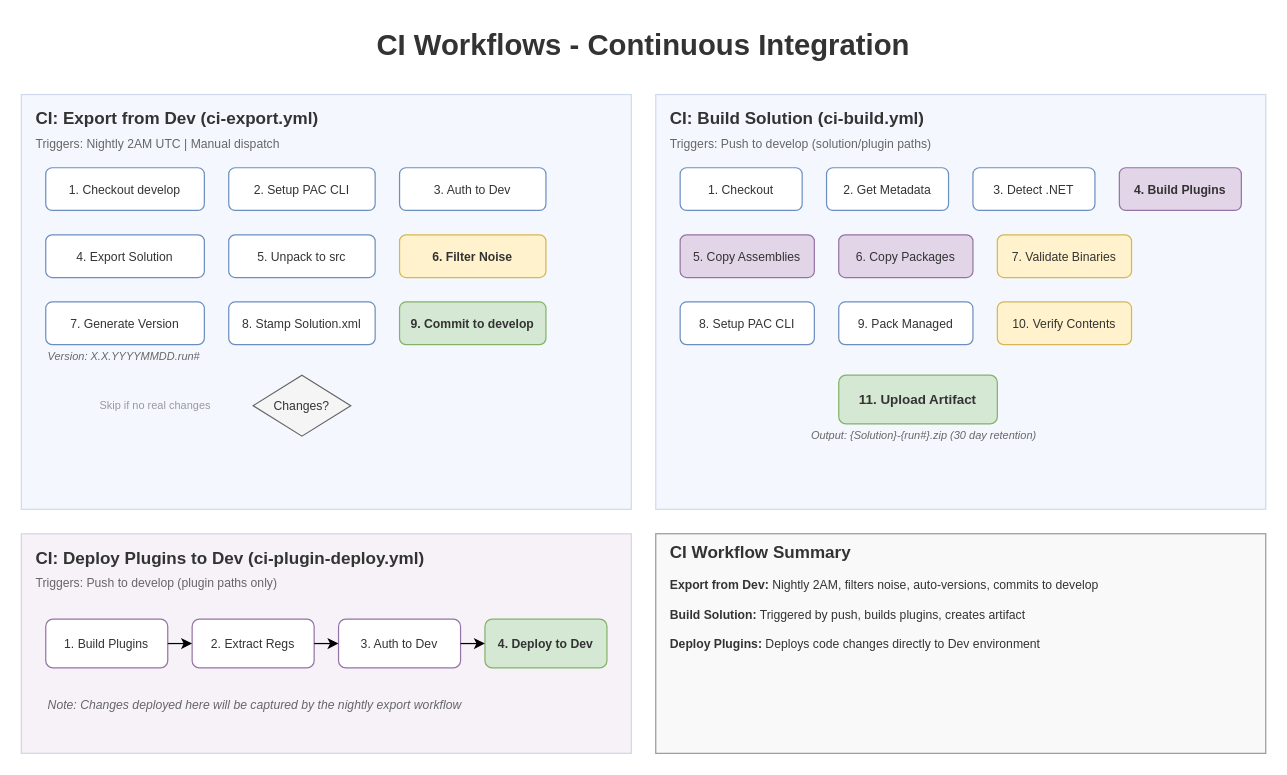
joshsmithxrm/ppds-demo keeps this draw.io diagram as page "CI Workflows" (2 of 5) of docs/ALM.drawio. Above is the earlier version. Source tidied: cells renumbered, new cells numbered last; positions are measured from the earlier drawing's top-left corner, leaving out a move shared by most shapes. Both pictures are drawn from the tidied source at 122%, with x=0, y=0 at pixel (21, 21).
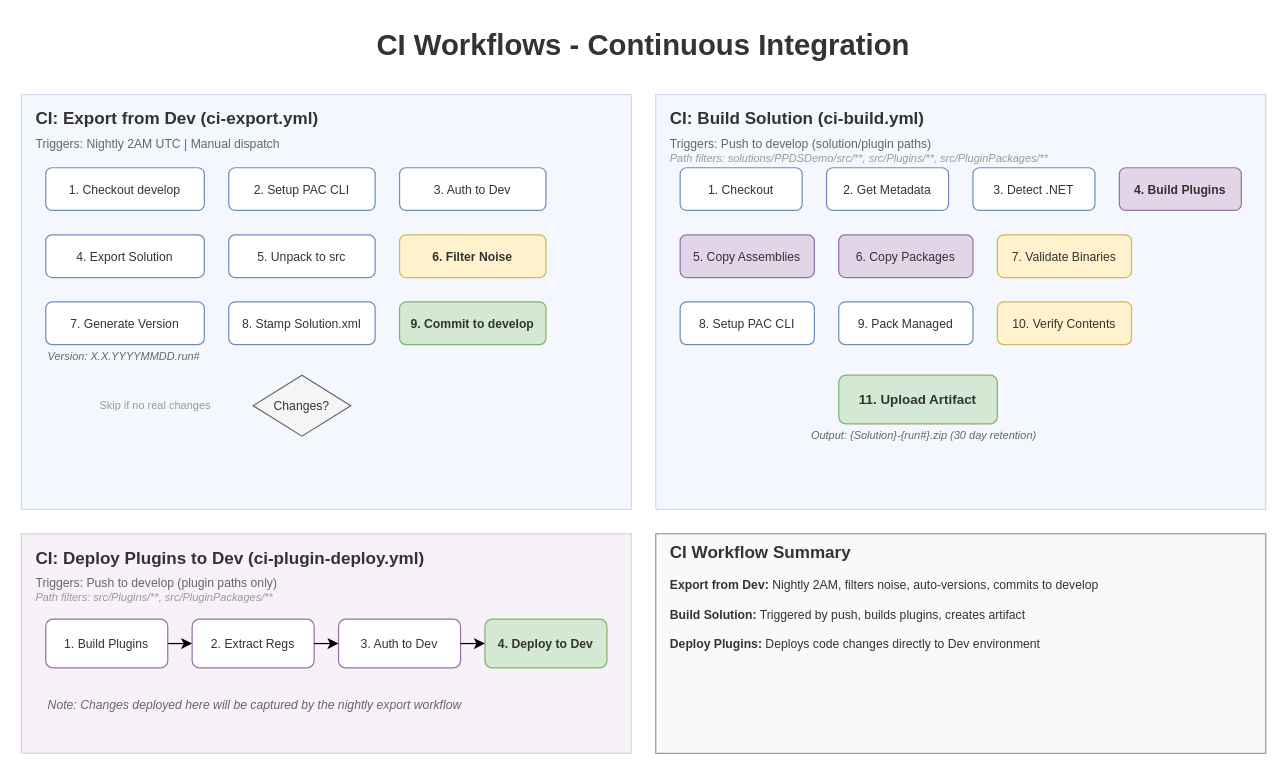
Above is the later version.

Diff of the diagram source:
```diff
@@
+    <mxCell id="47" value="Path filters: solutions/PPDSDemo/src/**, src/Plugins/**, src/PluginPackages/**" style="text;html=1;strokeColor=none;fillColor=none;align=left;verticalAlign=middle;whiteSpace=wrap;rounded=0;fontSize=9;fontStyle=2;fontColor=#999999;" parent="1" vertex="1">
+      <mxGeometry x="530" y="105" width="400" height="15" as="geometry" />
+    </mxCell>
@@
+    <mxCell id="48" value="Path filters: src/Plugins/**, src/PluginPackages/**" style="text;html=1;strokeColor=none;fillColor=none;align=left;verticalAlign=middle;whiteSpace=wrap;rounded=0;fontSize=9;fontStyle=2;fontColor=#999999;" parent="1" vertex="1">
+      <mxGeometry x="10" y="465" width="300" height="15" as="geometry" />
+    </mxCell>
```
